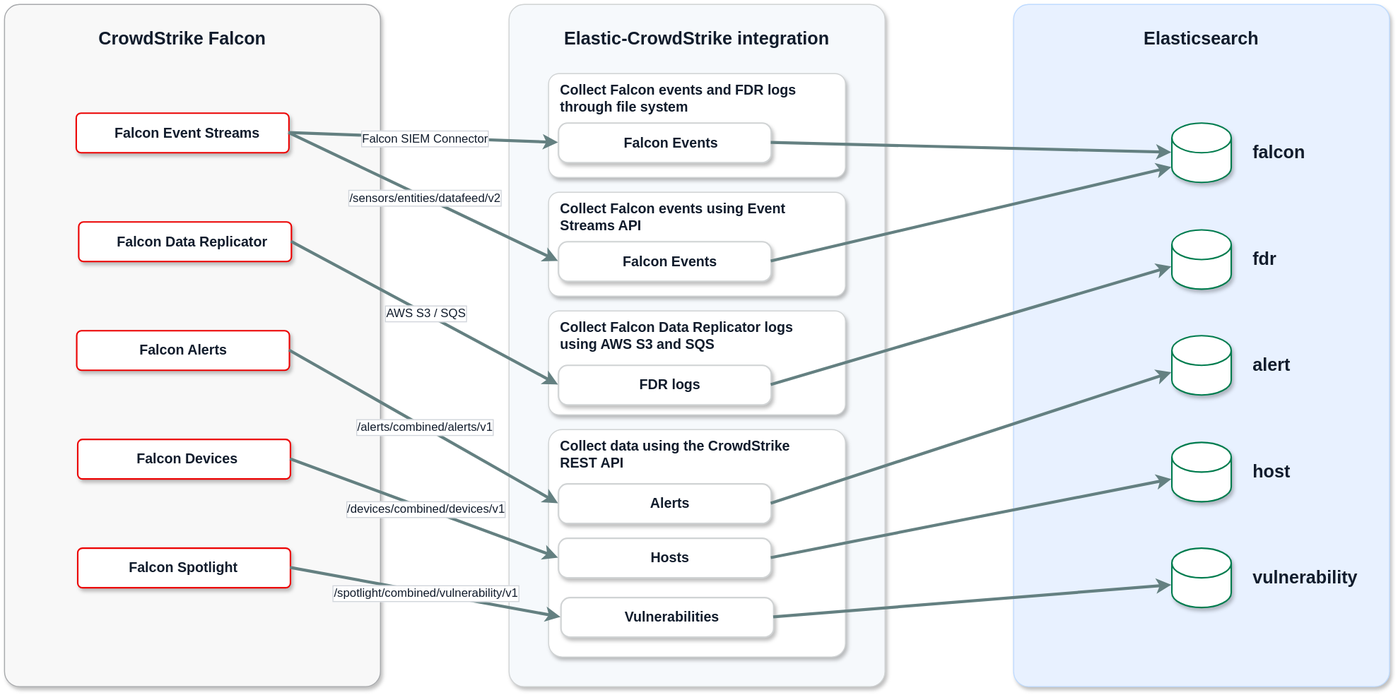
Before: packages/crowdstrike/img/crowdstrike-elastic-data-flow.drawio.svg, a diagram exported from draw.io (elastic/integrations). Source tidied: cells renumbered, new cells last; positions are measured from the earlier drawing's top-left corner, leaving out a move shared by most shapes.
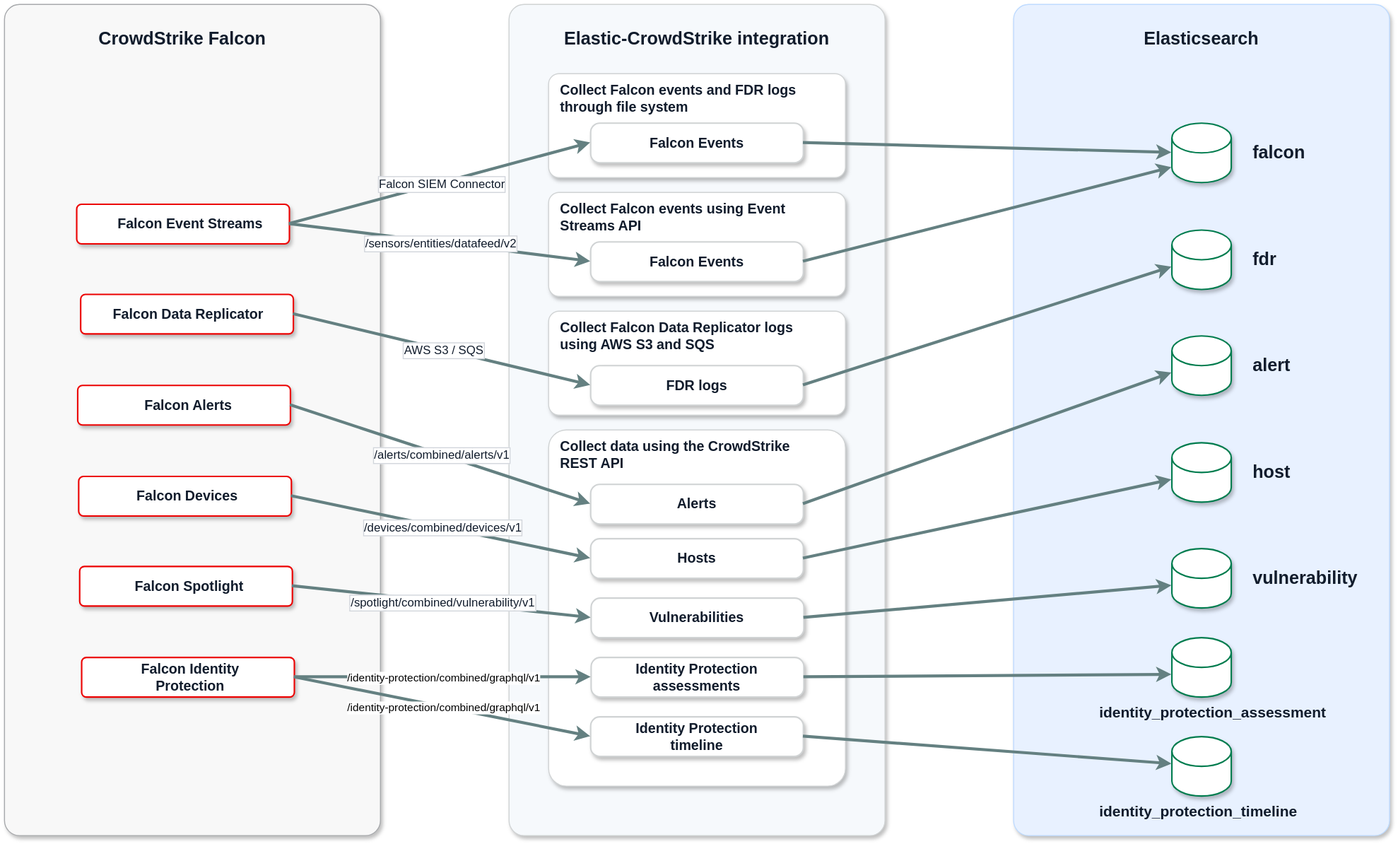
After the change.

What changed in the source:
```diff
@@ -3,43 +3,43 @@
     <mxCell id="0" />
     <mxCell id="1" parent="0" />
     <mxCell id="2" style="rounded=1;whiteSpace=wrap;html=1;arcSize=4;fillStyle=auto;fillColor=#F8F8F8;gradientColor=none;shadow=1;strokeColor=#A7A9AC;fontColor=#111C2C;" parent="1" vertex="1">
-      <mxGeometry width="380" height="690" as="geometry" />
+      <mxGeometry width="380" height="840" as="geometry" />
     </mxCell>
     <mxCell id="3" value="&lt;h2&gt;&lt;b&gt;&lt;font style=&quot;&quot;&gt;CrowdStrike Falcon&lt;/font&gt;&lt;/b&gt;&lt;/h2&gt;" style="text;html=1;whiteSpace=wrap;strokeColor=none;fillColor=none;align=center;verticalAlign=middle;rounded=0;fontColor=#111C2C;" parent="1" vertex="1">
       <mxGeometry x="75" y="20" width="210" height="30" as="geometry" />
     </mxCell>
     <mxCell id="4" style="rounded=1;whiteSpace=wrap;html=1;fillColor=#FFFFFF;arcSize=12;strokeColor=#EC0000;strokeWidth=1.5;shadow=1;fontColor=#111C2C;" parent="1" vertex="1">
-      <mxGeometry x="72.5" y="110" width="215" height="40" as="geometry" />
+      <mxGeometry x="73" y="202" width="215" height="40" as="geometry" />
     </mxCell>
     <mxCell id="5" value="&lt;h3&gt;&lt;font style=&quot;&quot;&gt;Falcon Event Streams&lt;/font&gt;&lt;/h3&gt;" style="text;html=1;whiteSpace=wrap;strokeColor=none;fillColor=none;align=center;verticalAlign=middle;rounded=0;fontColor=#111C2C;" parent="1" vertex="1">
-      <mxGeometry x="110" y="115" width="150" height="30" as="geometry" />
+      <mxGeometry x="113" y="207" width="150" height="30" as="geometry" />
     </mxCell>
     <mxCell id="6" style="rounded=1;whiteSpace=wrap;html=1;fillColor=#FFFFFF;arcSize=12;strokeColor=#EC0000;strokeWidth=1.5;shadow=1;fontColor=#111C2C;" parent="1" vertex="1">
-      <mxGeometry x="75" y="220" width="215" height="40" as="geometry" />
+      <mxGeometry x="77" y="293" width="215" height="40" as="geometry" />
     </mxCell>
     <mxCell id="7" value="&lt;h3&gt;&lt;font style=&quot;&quot;&gt;Falcon Data Replicator&lt;/font&gt;&lt;/h3&gt;" style="text;html=1;whiteSpace=wrap;strokeColor=none;fillColor=none;align=center;verticalAlign=middle;rounded=0;fontColor=#111C2C;" parent="1" vertex="1">
-      <mxGeometry x="110" y="225" width="160" height="30" as="geometry" />
+      <mxGeometry x="105.5" y="298" width="160" height="30" as="geometry" />
     </mxCell>
     <mxCell id="8" style="rounded=1;whiteSpace=wrap;html=1;fillColor=#FFFFFF;arcSize=12;strokeColor=#EC0000;strokeWidth=1.5;shadow=1;fontColor=#111C2C;" parent="1" vertex="1">
-      <mxGeometry x="73" y="330" width="215" height="40" as="geometry" />
+      <mxGeometry x="74" y="385" width="215" height="40" as="geometry" />
     </mxCell>
     <mxCell id="9" value="&lt;h3&gt;&lt;font style=&quot;&quot;&gt;Falcon Alerts&lt;/font&gt;&lt;/h3&gt;" style="text;html=1;whiteSpace=wrap;strokeColor=none;fillColor=none;align=center;verticalAlign=middle;rounded=0;fontColor=#111C2C;" parent="1" vertex="1">
-      <mxGeometry x="105.5" y="335" width="150" height="30" as="geometry" />
+      <mxGeometry x="111" y="390" width="150" height="30" as="geometry" />
     </mxCell>
     <mxCell id="10" style="rounded=1;whiteSpace=wrap;html=1;fillColor=#FFFFFF;arcSize=12;strokeColor=#EC0000;strokeWidth=1.5;shadow=1;fontColor=#111C2C;" parent="1" vertex="1">
-      <mxGeometry x="74" y="440" width="215" height="40" as="geometry" />
+      <mxGeometry x="75" y="477" width="215" height="40" as="geometry" />
     </mxCell>
     <mxCell id="11" value="&lt;h3&gt;&lt;font style=&quot;&quot;&gt;Falcon Devices&lt;/font&gt;&lt;/h3&gt;" style="text;html=1;whiteSpace=wrap;strokeColor=none;fillColor=none;align=center;verticalAlign=middle;rounded=0;fontColor=#111C2C;" parent="1" vertex="1">
-      <mxGeometry x="110" y="445" width="150" height="30" as="geometry" />
+      <mxGeometry x="110" y="482" width="150" height="30" as="geometry" />
     </mxCell>
     <mxCell id="12" style="rounded=1;whiteSpace=wrap;html=1;fillColor=#FFFFFF;arcSize=12;strokeColor=#EC0000;strokeWidth=1.5;shadow=1;fontColor=#111C2C;" parent="1" vertex="1">
-      <mxGeometry x="74" y="550" width="215" height="40" as="geometry" />
+      <mxGeometry x="76" y="568" width="215" height="40" as="geometry" />
     </mxCell>
     <mxCell id="13" value="&lt;h3&gt;&lt;font style=&quot;&quot;&gt;Falcon Spotlight&lt;/font&gt;&lt;/h3&gt;" style="text;html=1;whiteSpace=wrap;strokeColor=none;fillColor=none;align=center;verticalAlign=middle;rounded=0;fontColor=#111C2C;" parent="1" vertex="1">
-      <mxGeometry x="105.5" y="555" width="150" height="30" as="geometry" />
+      <mxGeometry x="112" y="573" width="150" height="30" as="geometry" />
     </mxCell>
     <mxCell id="14" style="rounded=1;whiteSpace=wrap;html=1;arcSize=4;fillStyle=auto;fillColor=#F6F9FC;gradientColor=none;shadow=1;strokeColor=#D0D3D4;fontColor=#111C2C;" parent="1" vertex="1">
-      <mxGeometry x="510" width="380" height="690" as="geometry" />
+      <mxGeometry x="510" width="380" height="840" as="geometry" />
     </mxCell>
     <mxCell id="15" value="&lt;h2&gt;&lt;b&gt;&lt;font style=&quot;&quot;&gt;Elastic-CrowdStrike integration&lt;/font&gt;&lt;/b&gt;&lt;/h2&gt;" style="text;html=1;whiteSpace=wrap;strokeColor=none;fillColor=none;align=center;verticalAlign=middle;rounded=0;fontColor=#111C2C;" parent="1" vertex="1">
       <mxGeometry x="555" y="20" width="290" height="30" as="geometry" />
@@ -51,10 +51,10 @@
       <mxGeometry x="560" y="80" width="245" height="30" as="geometry" />
     </mxCell>
     <mxCell id="18" style="rounded=1;whiteSpace=wrap;html=1;fillColor=#FFFFFF;arcSize=23;strokeColor=#D0D3D4;strokeWidth=1.5;shadow=1;fontColor=#111C2C;direction=east;shadowOffsetY=3;" parent="1" vertex="1">
-      <mxGeometry x="560" y="120" width="215" height="40" as="geometry" />
+      <mxGeometry x="592.5" y="120" width="215" height="40" as="geometry" />
     </mxCell>
     <mxCell id="19" value="&lt;h3&gt;&lt;font style=&quot;&quot;&gt;Falcon Events&lt;/font&gt;&lt;/h3&gt;" style="text;html=1;whiteSpace=wrap;strokeColor=none;fillColor=default;align=center;verticalAlign=middle;rounded=0;fontColor=#111C2C;" parent="1" vertex="1">
-      <mxGeometry x="600" y="125" width="147.5" height="29.5" as="geometry" />
+      <mxGeometry x="626.2" y="125" width="147.5" height="29.5" as="geometry" />
     </mxCell>
     <mxCell id="20" style="rounded=1;whiteSpace=wrap;html=1;arcSize=10;flipH=0;legacyAnchorPoints=0;flipV=1;shadow=1;strokeColor=#D0D3D4;fontColor=#111C2C;" parent="1" vertex="1">
       <mxGeometry x="550" y="190" width="300" height="105" as="geometry" />
@@ -63,10 +63,10 @@
       <mxGeometry x="560" y="200" width="245" height="30" as="geometry" />
     </mxCell>
     <mxCell id="22" style="rounded=1;whiteSpace=wrap;html=1;fillColor=#FFFFFF;arcSize=23;strokeColor=#D0D3D4;strokeWidth=1.5;shadow=1;fontColor=#111C2C;" parent="1" vertex="1">
-      <mxGeometry x="560" y="240" width="215" height="40" as="geometry" />
+      <mxGeometry x="592.5" y="240" width="215" height="40" as="geometry" />
     </mxCell>
     <mxCell id="23" value="&lt;h3&gt;&lt;font style=&quot;&quot;&gt;Falcon Events&lt;/font&gt;&lt;/h3&gt;" style="text;html=1;whiteSpace=wrap;strokeColor=none;fillColor=default;align=center;verticalAlign=middle;rounded=0;fontColor=#111C2C;" parent="1" vertex="1">
-      <mxGeometry x="597.5" y="245" width="150" height="30" as="geometry" />
+      <mxGeometry x="625" y="245" width="150" height="30" as="geometry" />
     </mxCell>
     <mxCell id="24" style="rounded=1;whiteSpace=wrap;html=1;arcSize=10;flipH=0;legacyAnchorPoints=0;flipV=1;shadow=1;strokeColor=#D0D3D4;fontColor=#111C2C;" parent="1" vertex="1">
       <mxGeometry x="550" y="310" width="300" height="105" as="geometry" />
@@ -75,34 +75,34 @@
       <mxGeometry x="560" y="320" width="245" height="30" as="geometry" />
     </mxCell>
     <mxCell id="26" style="rounded=1;whiteSpace=wrap;html=1;fillColor=#FFFFFF;arcSize=23;strokeColor=#D0D3D4;strokeWidth=1.5;shadow=1;fontColor=#111C2C;" parent="1" vertex="1">
-      <mxGeometry x="560" y="365" width="215" height="40" as="geometry" />
+      <mxGeometry x="592.5" y="365" width="215" height="40" as="geometry" />
     </mxCell>
     <mxCell id="27" value="&lt;h3&gt;&lt;font style=&quot;&quot;&gt;FDR logs&lt;/font&gt;&lt;/h3&gt;" style="text;html=1;whiteSpace=wrap;strokeColor=none;fillColor=default;align=center;verticalAlign=middle;rounded=0;fontColor=#111C2C;" parent="1" vertex="1">
-      <mxGeometry x="597.5" y="370" width="150" height="30" as="geometry" />
+      <mxGeometry x="625" y="370" width="150" height="30" as="geometry" />
     </mxCell>
     <mxCell id="28" style="rounded=1;whiteSpace=wrap;html=1;arcSize=6;flipH=0;legacyAnchorPoints=0;flipV=1;glass=0;shadow=1;strokeColor=#D0D3D4;fontColor=#111C2C;" parent="1" vertex="1">
-      <mxGeometry x="550" y="430" width="300" height="230" as="geometry" />
+      <mxGeometry x="550" y="430" width="300" height="360" as="geometry" />
     </mxCell>
     <mxCell id="29" value="&lt;div style=&quot;line-height: 40%;&quot;&gt;&lt;h3 style=&quot;line-height: 16.848px;&quot;&gt;Collect data using the CrowdStrike REST API&lt;/h3&gt;&lt;/div&gt;" style="text;html=1;whiteSpace=wrap;strokeColor=none;fillColor=none;align=left;verticalAlign=middle;rounded=0;fontColor=#111C2C;" parent="1" vertex="1">
       <mxGeometry x="560" y="440" width="245" height="30" as="geometry" />
     </mxCell>
     <mxCell id="30" style="rounded=1;whiteSpace=wrap;html=1;fillColor=#FFFFFF;arcSize=23;strokeColor=#D0D3D4;strokeWidth=1.5;shadow=1;fontColor=#111C2C;" parent="1" vertex="1">
-      <mxGeometry x="560" y="485" width="215" height="40" as="geometry" />
+      <mxGeometry x="592.5" y="485" width="215" height="40" as="geometry" />
     </mxCell>
     <mxCell id="31" value="&lt;h3&gt;&lt;font style=&quot;&quot;&gt;Alerts&lt;/font&gt;&lt;/h3&gt;" style="text;html=1;whiteSpace=wrap;strokeColor=none;fillColor=default;align=center;verticalAlign=middle;rounded=0;fontColor=#111C2C;" parent="1" vertex="1">
-      <mxGeometry x="597.5" y="490" width="150" height="30" as="geometry" />
+      <mxGeometry x="625" y="490" width="150" height="30" as="geometry" />
     </mxCell>
     <mxCell id="32" style="rounded=1;whiteSpace=wrap;html=1;fillColor=#FFFFFF;arcSize=23;strokeColor=#D0D3D4;strokeWidth=1.5;shadow=1;fontColor=#111C2C;" parent="1" vertex="1">
-      <mxGeometry x="560" y="540" width="215" height="40" as="geometry" />
+      <mxGeometry x="592.5" y="540" width="215" height="40" as="geometry" />
     </mxCell>
     <mxCell id="33" value="&lt;h3&gt;&lt;font style=&quot;&quot;&gt;Hosts&lt;/font&gt;&lt;/h3&gt;" style="text;html=1;whiteSpace=wrap;strokeColor=none;fillColor=default;align=center;verticalAlign=middle;rounded=0;fontColor=#111C2C;" parent="1" vertex="1">
-      <mxGeometry x="597.5" y="545" width="150" height="30" as="geometry" />
+      <mxGeometry x="625" y="545" width="150" height="30" as="geometry" />
     </mxCell>
     <mxCell id="34" style="rounded=1;whiteSpace=wrap;html=1;fillColor=#FFFFFF;arcSize=23;strokeColor=#D0D3D4;strokeWidth=1.5;shadow=1;fontColor=#111C2C;" parent="1" vertex="1">
-      <mxGeometry x="562.5" y="600" width="215" height="40" as="geometry" />
+      <mxGeometry x="593" y="600" width="215" height="40" as="geometry" />
     </mxCell>
     <mxCell id="35" value="&lt;h3&gt;&lt;font style=&quot;&quot;&gt;Vulnerabilities&lt;/font&gt;&lt;/h3&gt;" style="text;html=1;whiteSpace=wrap;strokeColor=none;fillColor=default;align=center;verticalAlign=middle;rounded=0;fontColor=#111C2C;" parent="1" vertex="1">
-      <mxGeometry x="600" y="605" width="150" height="30" as="geometry" />
+      <mxGeometry x="625" y="605" width="150" height="30" as="geometry" />
     </mxCell>
     <mxCell id="36" style="endArrow=classic;html=1;rounded=0;strokeColor=#648081;strokeWidth=3;exitX=1;exitY=0.5;exitDx=0;exitDy=0;entryX=0;entryY=0.5;entryDx=0;entryDy=0;fontColor=#111C2C;" parent="1" edge="1" source="12" target="34">
       <mxGeometry relative="1" as="geometry" />
@@ -123,7 +123,7 @@
       <mxGeometry relative="1" as="geometry" />
     </mxCell>
     <mxCell id="42" style="rounded=1;whiteSpace=wrap;html=1;arcSize=4;fillStyle=auto;fillColor=#E8F1FF;strokeColor=#BFDBFF;shadow=1;gradientColor=none;fontColor=#111C2C;" parent="1" vertex="1">
-      <mxGeometry x="1020" width="380" height="690" as="geometry" />
+      <mxGeometry x="1020" width="380" height="840" as="geometry" />
     </mxCell>
     <mxCell id="43" value="&lt;h2&gt;&lt;b&gt;&lt;font style=&quot;&quot;&gt;Elasticsearch&lt;/font&gt;&lt;/b&gt;&lt;/h2&gt;" style="text;html=1;whiteSpace=wrap;strokeColor=none;fillColor=none;align=center;verticalAlign=middle;rounded=0;fontColor=#111C2C;" parent="1" vertex="1">
       <mxGeometry x="1065" y="20" width="290" height="30" as="geometry" />
@@ -194,5 +194,53 @@
     <mxCell id="65" style="endArrow=classic;html=1;rounded=0;entryX=0;entryY=0;entryDx=0;entryDy=37.5;entryPerimeter=0;exitX=1;exitY=0.5;exitDx=0;exitDy=0;strokeWidth=3;strokeColor=#648081;fontColor=#111C2C;" parent="1" edge="1" source="34" target="52">
       <mxGeometry relative="1" as="geometry" />
     </mxCell>
+    <mxCell id="66" style="rounded=1;whiteSpace=wrap;html=1;fillColor=#FFFFFF;arcSize=12;strokeColor=#EC0000;strokeWidth=1.5;shadow=1;fontColor=#111C2C;" parent="1" vertex="1">
+      <mxGeometry x="78" y="660" width="215" height="40" as="geometry" />
+    </mxCell>
+    <mxCell id="67" value="&lt;h3&gt;&lt;font style=&quot;&quot;&gt;Falcon Identity Protection&lt;/font&gt;&lt;/h3&gt;" style="text;html=1;whiteSpace=wrap;strokeColor=none;fillColor=none;align=center;verticalAlign=middle;rounded=0;fontColor=#111C2C;" parent="1" vertex="1">
+      <mxGeometry x="113" y="665" width="150" height="30" as="geometry" />
+    </mxCell>
+    <mxCell id="68" style="rounded=1;whiteSpace=wrap;html=1;fillColor=#FFFFFF;arcSize=23;strokeColor=#D0D3D4;strokeWidth=1.5;shadow=1;fontColor=#111C2C;" parent="1" vertex="1">
+      <mxGeometry x="593" y="660" width="215" height="40" as="geometry" />
+    </mxCell>
+    <mxCell id="69" value="&lt;h3&gt;&lt;font style=&quot;&quot;&gt;Identity Protection assessments&lt;/font&gt;&lt;/h3&gt;" style="text;html=1;whiteSpace=wrap;strokeColor=none;fillColor=default;align=center;verticalAlign=middle;rounded=0;fontColor=#111C2C;" parent="1" vertex="1">
+      <mxGeometry x="625" y="665" width="150" height="30" as="geometry" />
+    </mxCell>
+    <mxCell id="70" style="rounded=1;whiteSpace=wrap;html=1;fillColor=#FFFFFF;arcSize=23;strokeColor=#D0D3D4;strokeWidth=1.5;shadow=1;fontColor=#111C2C;" parent="1" vertex="1">
+      <mxGeometry x="592.5" y="720" width="215" height="40" as="geometry" />
+    </mxCell>
+    <mxCell id="71" value="&lt;h3&gt;&lt;font style=&quot;&quot;&gt;Identity Protection timeline&lt;/font&gt;&lt;/h3&gt;" style="text;html=1;whiteSpace=wrap;strokeColor=none;fillColor=default;align=center;verticalAlign=middle;rounded=0;fontColor=#111C2C;" parent="1" vertex="1">
+      <mxGeometry x="625" y="725" width="150" height="30" as="geometry" />
+    </mxCell>
+    <mxCell id="72" style="endArrow=classic;html=1;rounded=0;exitX=1;exitY=0.5;exitDx=0;exitDy=0;entryX=0;entryY=0.5;entryDx=0;entryDy=0;strokeColor=#648081;strokeWidth=3;" parent="1" edge="1" source="66" target="68">
+      <mxGeometry relative="1" as="geometry" />
+    </mxCell>
+    <mxCell id="73" value="&lt;div&gt;/identity-protection/combined/graphql/v1&lt;/div&gt;" style="edgeLabel;html=1;align=center;verticalAlign=middle;" parent="72" vertex="1">
+      <mxGeometry relative="1" as="geometry" />
+    </mxCell>
+    <mxCell id="74" style="endArrow=classic;html=1;rounded=0;exitX=1;exitY=0.5;exitDx=0;exitDy=0;entryX=0;entryY=0.5;entryDx=0;entryDy=0;strokeWidth=3;strokeColor=#648081;" parent="1" edge="1" source="66" target="70">
+      <mxGeometry relative="1" as="geometry" />
+    </mxCell>
+    <mxCell id="75" value="/identity-protection/combined/graphql/v1" style="edgeLabel;html=1;align=center;verticalAlign=middle;" parent="74" vertex="1">
+      <mxGeometry relative="1" as="geometry" />
+    </mxCell>
+    <mxCell id="76" style="shape=cylinder3;whiteSpace=wrap;html=1;boundedLbl=1;backgroundOutline=1;size=15;fillColor=#FFFFFF;strokeColor=#007C4E;shadow=1;fontColor=#111C2C;strokeWidth=1.5;" parent="1" vertex="1">
+      <mxGeometry x="1180" y="640" width="60" height="60" as="geometry" />
+    </mxCell>
+    <mxCell id="77" value="&lt;h2&gt;&lt;font style=&quot;font-size: 15px;&quot;&gt;identity_protection_assessment&lt;/font&gt;&lt;/h2&gt;" style="text;html=1;whiteSpace=wrap;strokeColor=none;fillColor=none;align=left;verticalAlign=middle;rounded=0;fontColor=#111C2C;" parent="1" vertex="1">
+      <mxGeometry x="1105" y="700" width="280" height="30" as="geometry" />
+    </mxCell>
+    <mxCell id="78" style="shape=cylinder3;whiteSpace=wrap;html=1;boundedLbl=1;backgroundOutline=1;size=15;fillColor=#FFFFFF;strokeColor=#007C4E;shadow=1;fontColor=#111C2C;strokeWidth=1.5;" parent="1" vertex="1">
+      <mxGeometry x="1180" y="740" width="60" height="60" as="geometry" />
+    </mxCell>
+    <mxCell id="79" value="&lt;h2&gt;&lt;font style=&quot;font-size: 15px;&quot;&gt;identity_protection_timeline&lt;/font&gt;&lt;/h2&gt;" style="text;html=1;whiteSpace=wrap;strokeColor=none;fillColor=none;align=left;verticalAlign=middle;rounded=0;fontColor=#111C2C;" parent="1" vertex="1">
+      <mxGeometry x="1105" y="800" width="250" height="30" as="geometry" />
+    </mxCell>
+    <mxCell id="80" style="endArrow=classic;html=1;rounded=0;exitX=1;exitY=0.5;exitDx=0;exitDy=0;entryX=0;entryY=0;entryDx=0;entryDy=37.5;entryPerimeter=0;strokeWidth=3;strokeColor=#648081;" parent="1" edge="1" source="68" target="76">
+      <mxGeometry relative="1" as="geometry" />
+    </mxCell>
+    <mxCell id="81" style="endArrow=classic;html=1;rounded=0;exitX=1;exitY=0.5;exitDx=0;exitDy=0;strokeWidth=3;strokeColor=#648081;" parent="1" edge="1" source="70" target="78">
+      <mxGeometry relative="1" as="geometry" />
+    </mxCell>
   </root>
 </mxGraphModel>
```
